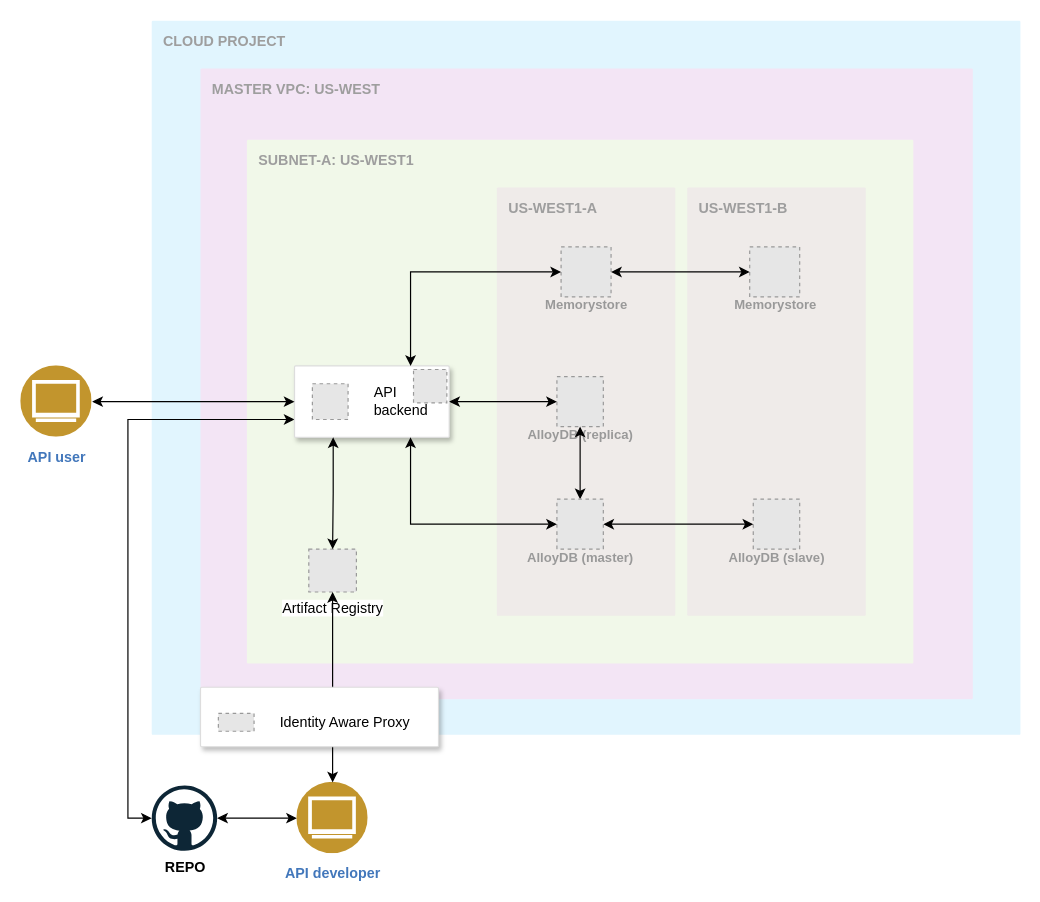
The draw.io diagram page "01-as-is" (1 of 3) of src/main/resources/architecture/medium-articles-api.drawio in bigfito/medium-articles-api, before the edit. Source tidied: cells renumbered, new cells numbered last; positions are measured from the earlier drawing's top-left corner, leaving out a move shared by most shapes. Both pictures are drawn from the tidied source at 119%, with x=0, y=0 at pixel (20, 20). Pictures stored in the file or linked from it are replaced by grey dashed boxes.
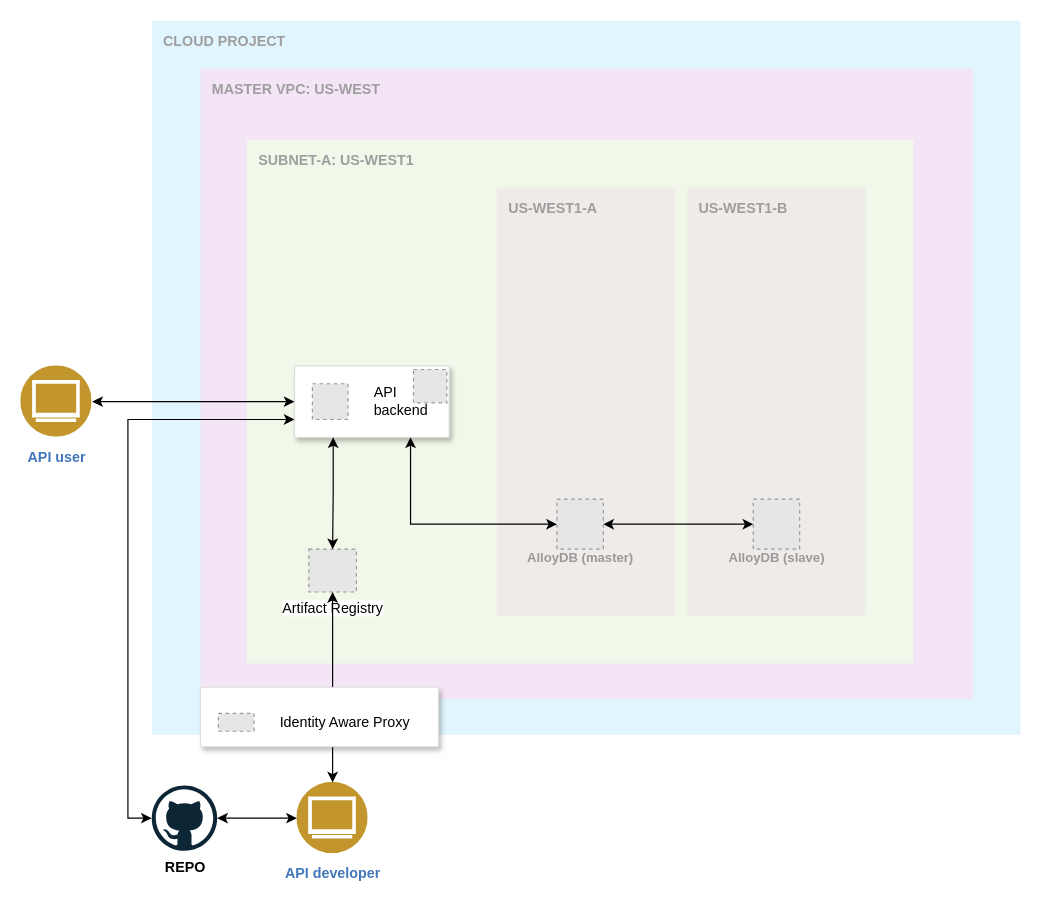
After the change.

The change refers to these unchanged cells:
```xml
<mxCell id="2" style="group;" parent="1" vertex="1">
  <mxGeometry width="840" height="700" as="geometry" />
</mxCell>
<mxCell id="10" style="strokeColor=#dddddd;shadow=1;strokeWidth=1;rounded=1;absoluteArcSize=1;arcSize=2;" parent="2" vertex="1">
  <mxGeometry x="230" y="290" width="130" height="60" as="geometry" />
</mxCell>
<mxCell id="22" value="AlloyDB (master)" style="fillColor=#E6E6E6;strokeColor=#999999;dashed=1;html=1;verticalAlign=top;labelPosition=center;verticalLabelPosition=bottom;align=center;spacingTop=-6;fontSize=11;fontStyle=1;fontColor=#999999;" parent="2" vertex="1">
  <mxGeometry x="450.5" y="402" width="39" height="42" as="geometry" />
</mxCell>
```

What changed in the source:
```diff
@@
-    <mxCell id="14" value="AlloyDB (replica)" style="fillColor=#E6E6E6;strokeColor=#999999;dashed=1;html=1;verticalAlign=top;labelPosition=center;verticalLabelPosition=bottom;align=center;spacingTop=-6;fontSize=11;fontStyle=1;fontColor=#999999;" parent="2" vertex="1">
-      <mxGeometry x="450.5" y="299" width="39" height="42" as="geometry" />
-    </mxCell>
-    <mxCell id="15" value="Memorystore" style="fillColor=#E6E6E6;strokeColor=#999999;dashed=1;html=1;verticalAlign=top;labelPosition=center;verticalLabelPosition=bottom;align=center;spacingTop=-6;fontSize=11;fontStyle=1;fontColor=#999999;" parent="2" vertex="1">
-      <mxGeometry x="454" y="190" width="42" height="42" as="geometry" />
-    </mxCell>
@@
-    <mxCell id="21" style="edgeStyle=orthogonalEdgeStyle;rounded=0;jettySize=auto;html=1;exitX=0.5;exitY=0;exitDx=0;exitDy=0;entryX=0.5;entryY=1;entryDx=0;entryDy=0;startArrow=classic;startFill=1;" parent="2" edge="1" source="22" target="14">
-      <mxGeometry relative="1" as="geometry" />
-    </mxCell>
@@
-    <mxCell id="27" style="edgeStyle=orthogonalEdgeStyle;rounded=0;jettySize=auto;html=1;exitX=0.75;exitY=0;exitDx=0;exitDy=0;entryX=0;entryY=0.5;entryDx=0;entryDy=0;startArrow=classic;startFill=1;" parent="2" edge="1" source="10" target="15">
-      <mxGeometry relative="1" as="geometry" />
-    </mxCell>
-    <mxCell id="28" value="Memorystore" style="fillColor=#E6E6E6;strokeColor=#999999;dashed=1;html=1;verticalAlign=top;labelPosition=center;verticalLabelPosition=bottom;align=center;spacingTop=-6;fontSize=11;fontStyle=1;fontColor=#999999;" parent="2" vertex="1">
-      <mxGeometry x="612.5" y="190" width="42" height="42" as="geometry" />
-    </mxCell>
-    <mxCell id="29" style="edgeStyle=orthogonalEdgeStyle;rounded=0;jettySize=auto;html=1;exitX=1;exitY=0.5;exitDx=0;exitDy=0;entryX=0;entryY=0.5;entryDx=0;entryDy=0;startArrow=classic;startFill=1;" parent="2" edge="1" source="15" target="28">
-      <mxGeometry relative="1" as="geometry" />
-    </mxCell>
-    <mxCell id="30" style="edgeStyle=orthogonalEdgeStyle;rounded=0;jettySize=auto;html=1;exitX=1;exitY=0.5;exitDx=0;exitDy=0;entryX=0;entryY=0.5;entryDx=0;entryDy=0;startArrow=classic;startFill=1;" parent="2" edge="1" source="10" target="14">
-      <mxGeometry relative="1" as="geometry" />
-    </mxCell>
```
